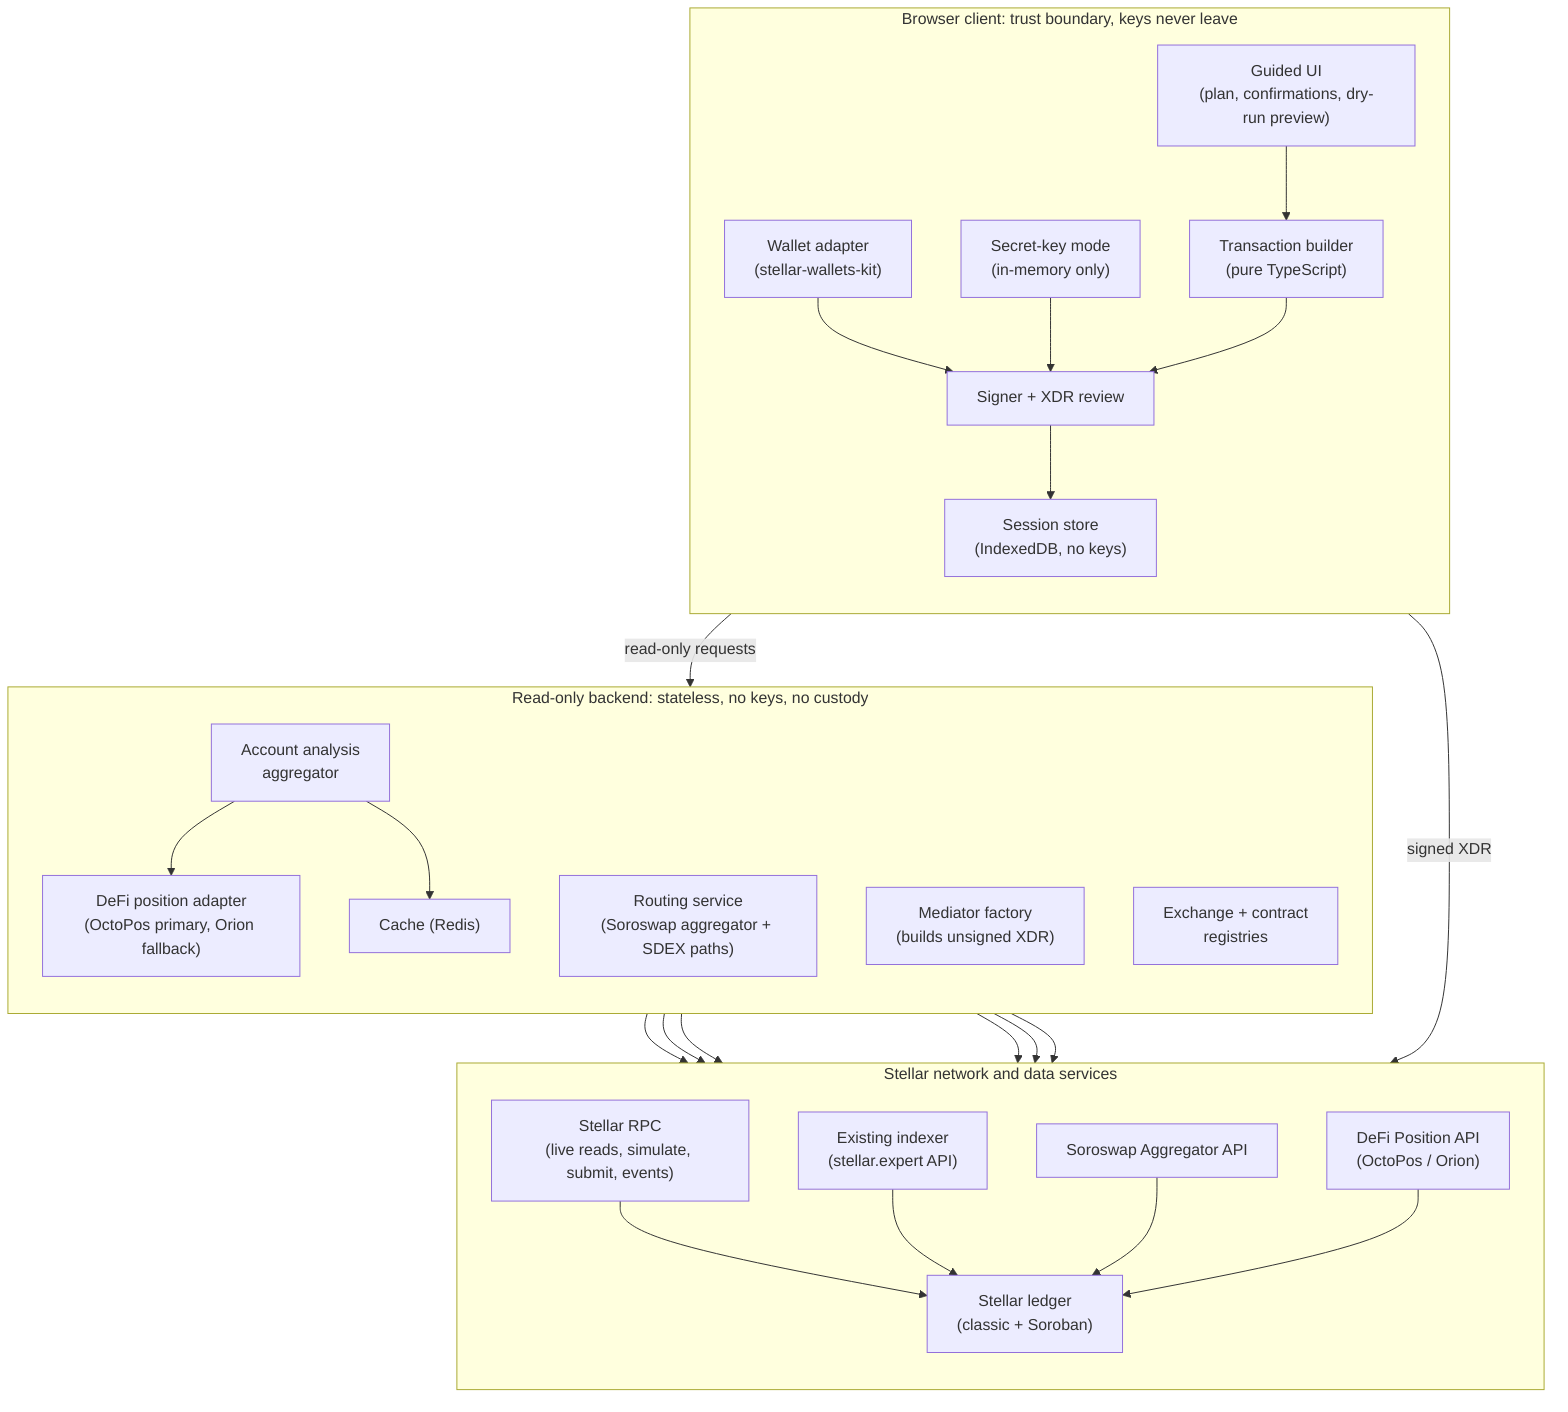
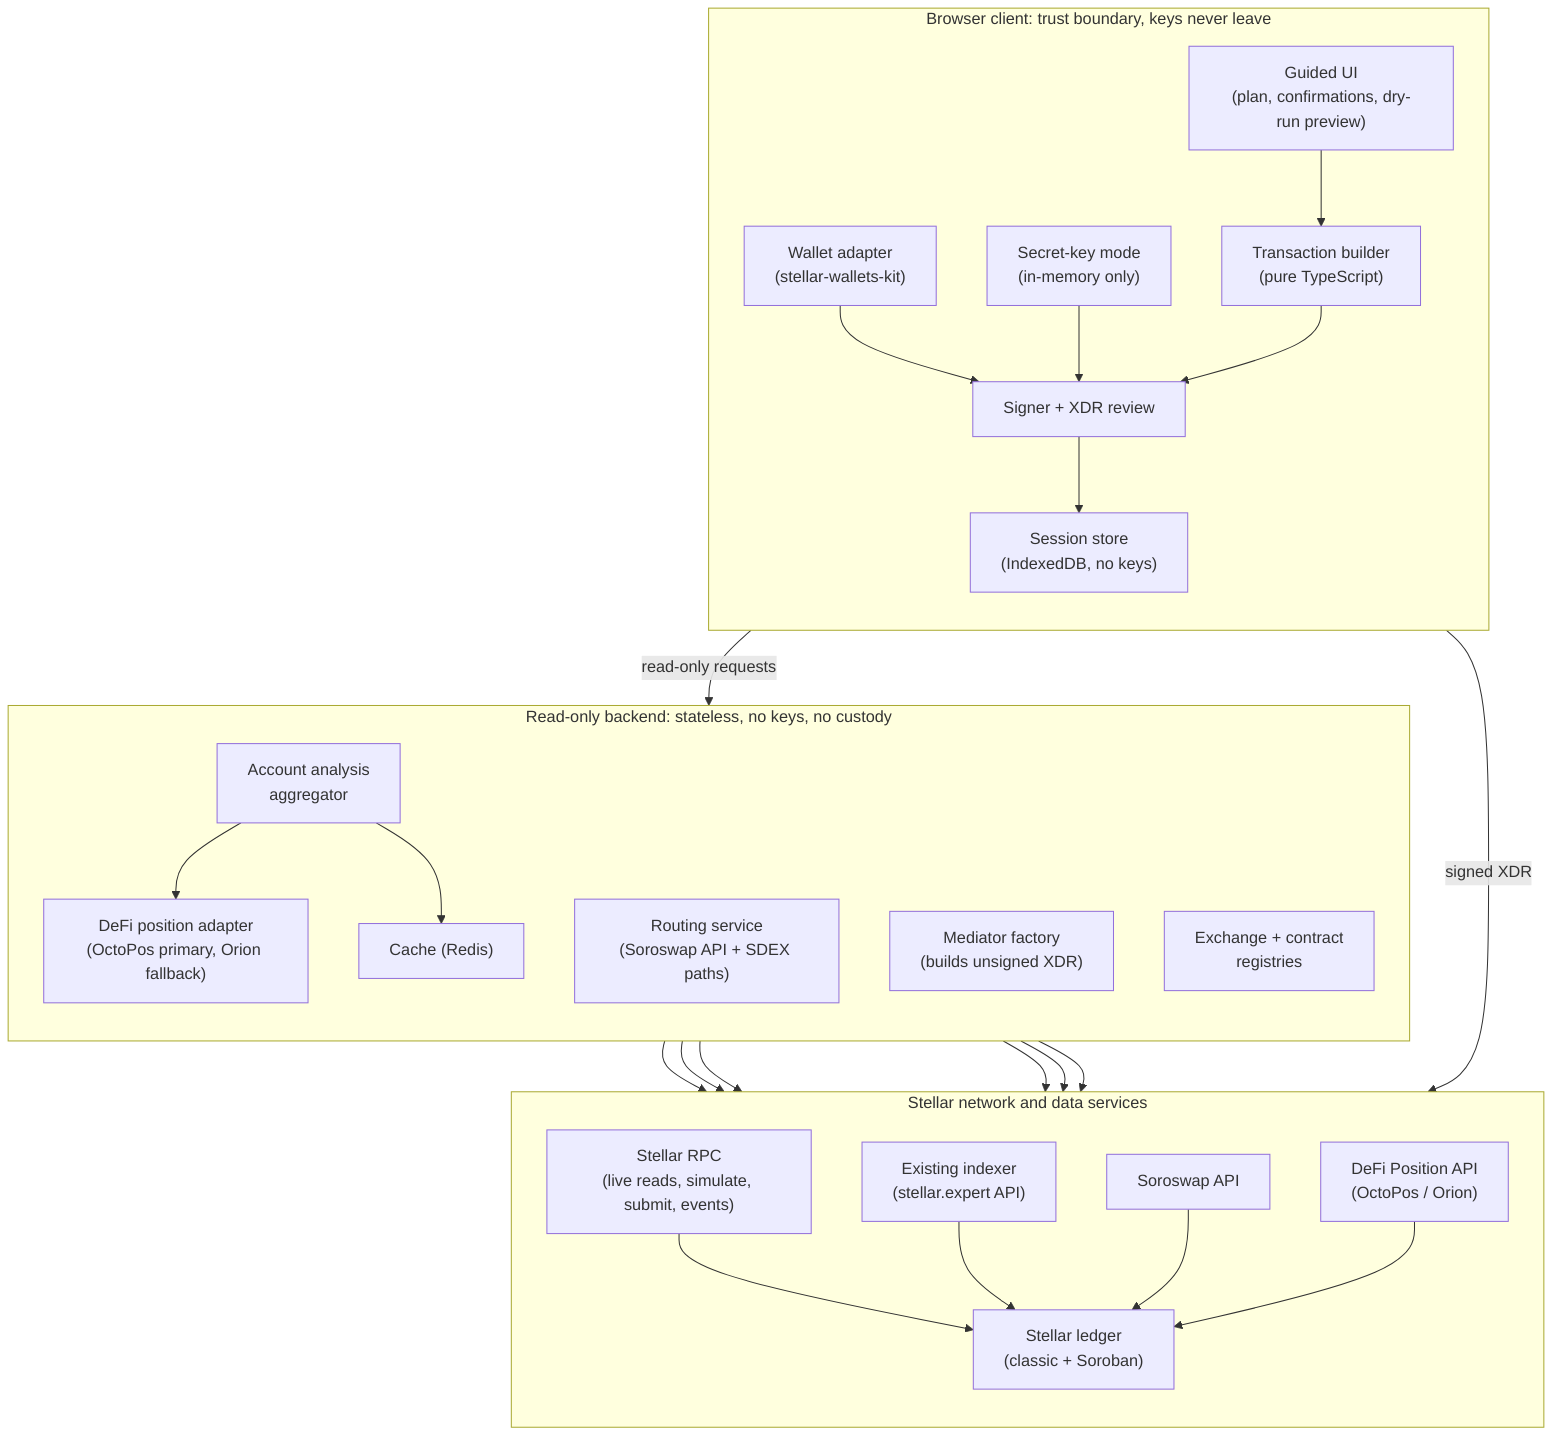
flowchart TB
    subgraph client["Browser client: trust boundary, keys never leave"]
        direction TB
        ui["Guided UI<br/>(plan, confirmations, dry-run preview)"]
        wk["Wallet adapter<br/>(stellar-wallets-kit)"]
        sk["Secret-key mode<br/>(in-memory only)"]
        builder["Transaction builder<br/>(pure TypeScript)"]
        signer["Signer + XDR review"]
        sess["Session store<br/>(IndexedDB, no keys)"]
    end

    subgraph backend["Read-only backend: stateless, no keys, no custody"]
        direction TB
        analysis["Account analysis<br/>aggregator"]
        defi["DeFi position adapter<br/>(OctoPos primary, Orion fallback)"]
-         route["Routing service<br/>(Soroswap aggregator + SDEX paths)"]
+         route["Routing service<br/>(Soroswap API + SDEX paths)"]
        med["Mediator factory<br/>(builds unsigned XDR)"]
        reg["Exchange + contract<br/>registries"]
        cache["Cache (Redis)"]
    end

    subgraph data["Stellar network and data services"]
        direction TB
        rpc["Stellar RPC<br/>(live reads, simulate, submit, events)"]
        idx["Existing indexer<br/>(stellar.expert API)"]
-         soro["Soroswap Aggregator API"]
+         soro["Soroswap API"]
        pos["DeFi Position API<br/>(OctoPos / Orion)"]
        net["Stellar ledger<br/>(classic + Soroban)"]
    end

    ui --> builder
    wk --> signer
    sk --> signer
    builder --> signer
    signer -->|"signed XDR"| rpc
    signer --> sess

    ui -->|"read-only requests"| analysis
    analysis --> idx
    analysis --> rpc
    analysis --> defi
    defi --> pos
    route --> soro
    route --> idx
    med --> rpc
    analysis --> cache

    rpc --> net
    idx --> net
    soro --> net
    pos --> net
